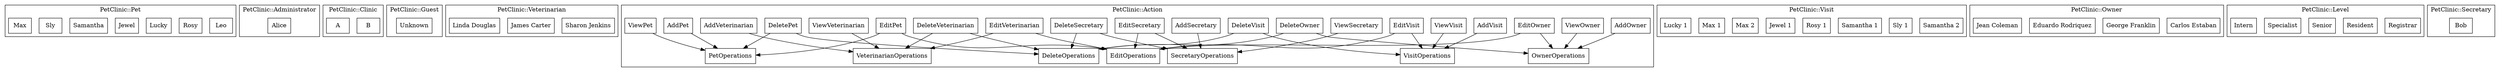
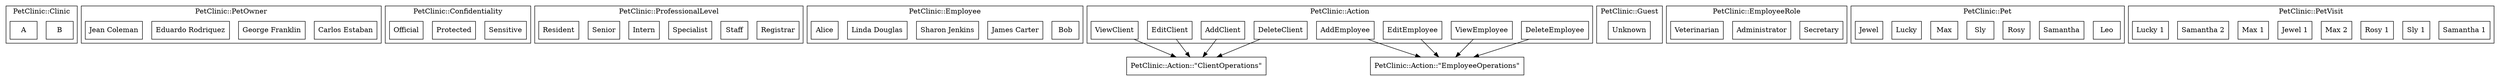
strict digraph {
	ordering="out"
	node[shape=box]
- 	subgraph "cluster_PetClinic::Pet" {
- 		label="PetClinic::Pet"
- 		"PetClinic::Pet::\"Leo\"" [label="Leo"]
- 		"PetClinic::Pet::\"Rosy\"" [label="Rosy"]
- 		"PetClinic::Pet::\"Lucky\"" [label="Lucky"]
- 		"PetClinic::Pet::\"Jewel\"" [label="Jewel"]
- 		"PetClinic::Pet::\"Samantha\"" [label="Samantha"]
- 		"PetClinic::Pet::\"Sly\"" [label="Sly"]
- 		"PetClinic::Pet::\"Max\"" [label="Max"]
- 	}
- 	subgraph "cluster_PetClinic::Administrator" {
- 		label="PetClinic::Administrator"
- 		"PetClinic::Administrator::\"Alice\"" [label="Alice"]
- 	}
	subgraph "cluster_PetClinic::Clinic" {
		label="PetClinic::Clinic"
		"PetClinic::Clinic::\"B\"" [label="B"]
		"PetClinic::Clinic::\"A\"" [label="A"]
	}
+ 	subgraph "cluster_PetClinic::PetOwner" {
+ 		label="PetClinic::PetOwner"
+ 		"PetClinic::PetOwner::\"Carlos Estaban\"" [label="Carlos Estaban"]
+ 		"PetClinic::PetOwner::\"George Franklin\"" [label="George Franklin"]
+ 		"PetClinic::PetOwner::\"Eduardo Rodriquez\"" [label="Eduardo Rodriquez"]
+ 		"PetClinic::PetOwner::\"Jean Coleman\"" [label="Jean Coleman"]
+ 	}
+ 	subgraph "cluster_PetClinic::Confidentiality" {
+ 		label="PetClinic::Confidentiality"
+ 		"PetClinic::Confidentiality::\"Sensitive\"" [label="Sensitive"]
+ 		"PetClinic::Confidentiality::\"Protected\"" [label="Protected"]
+ 		"PetClinic::Confidentiality::\"Official\"" [label="Official"]
+ 	}
+ 	subgraph "cluster_PetClinic::ProfessionalLevel" {
+ 		label="PetClinic::ProfessionalLevel"
+ 		"PetClinic::ProfessionalLevel::\"Registrar\"" [label="Registrar"]
+ 		"PetClinic::ProfessionalLevel::\"Staff\"" [label="Staff"]
+ 		"PetClinic::ProfessionalLevel::\"Specialist\"" [label="Specialist"]
+ 		"PetClinic::ProfessionalLevel::\"Intern\"" [label="Intern"]
+ 		"PetClinic::ProfessionalLevel::\"Senior\"" [label="Senior"]
+ 		"PetClinic::ProfessionalLevel::\"Resident\"" [label="Resident"]
+ 	}
+ 	subgraph "cluster_PetClinic::Employee" {
+ 		label="PetClinic::Employee"
+ 		"PetClinic::Employee::\"Bob\"" [label="Bob"]
+ 		"PetClinic::Employee::\"James Carter\"" [label="James Carter"]
+ 		"PetClinic::Employee::\"Sharon Jenkins\"" [label="Sharon Jenkins"]
+ 		"PetClinic::Employee::\"Linda Douglas\"" [label="Linda Douglas"]
+ 		"PetClinic::Employee::\"Alice\"" [label="Alice"]
+ 	}
+ 	subgraph "cluster_PetClinic::Action" {
+ 		label="PetClinic::Action"
+ 		"PetClinic::Action::\"DeleteClient\"" [label="DeleteClient"]
+ 		"PetClinic::Action::\"DeleteEmployee\"" [label="DeleteEmployee"]
+ 		"PetClinic::Action::\"ViewEmployee\"" [label="ViewEmployee"]
+ 		"PetClinic::Action::\"ViewClient\"" [label="ViewClient"]
+ 		"PetClinic::Action::\"EditEmployee\"" [label="EditEmployee"]
+ 		"PetClinic::Action::\"EditClient\"" [label="EditClient"]
+ 		"PetClinic::Action::\"AddEmployee\"" [label="AddEmployee"]
+ 		"PetClinic::Action::\"AddClient\"" [label="AddClient"]
+ 	}
	subgraph "cluster_PetClinic::Guest" {
		label="PetClinic::Guest"
		"PetClinic::Guest::\"Unknown\"" [label="Unknown"]
	}
- 	subgraph "cluster_PetClinic::Veterinarian" {
- 		label="PetClinic::Veterinarian"
- 		"PetClinic::Veterinarian::\"Sharon Jenkins\"" [label="Sharon Jenkins"]
- 		"PetClinic::Veterinarian::\"James Carter\"" [label="James Carter"]
- 		"PetClinic::Veterinarian::\"Linda Douglas\"" [label="Linda Douglas"]
+ 	subgraph "cluster_PetClinic::EmployeeRole" {
+ 		label="PetClinic::EmployeeRole"
+ 		"PetClinic::EmployeeRole::\"Secretary\"" [label="Secretary"]
+ 		"PetClinic::EmployeeRole::\"Administrator\"" [label="Administrator"]
+ 		"PetClinic::EmployeeRole::\"Veterinarian\"" [label="Veterinarian"]
	}
- 	subgraph "cluster_PetClinic::Action" {
- 		label="PetClinic::Action"
- 		"PetClinic::Action::\"ViewVeterinarian\"" [label="ViewVeterinarian"]
- 		"PetClinic::Action::\"DeleteVisit\"" [label="DeleteVisit"]
- 		"PetClinic::Action::\"EditOwner\"" [label="EditOwner"]
- 		"PetClinic::Action::\"DeletePet\"" [label="DeletePet"]
- 		"PetClinic::Action::\"AddOwner\"" [label="AddOwner"]
- 		"PetClinic::Action::\"EditPet\"" [label="EditPet"]
- 		"PetClinic::Action::\"OwnerOperations\"" [label="OwnerOperations"]
- 		"PetClinic::Action::\"ViewOwner\"" [label="ViewOwner"]
- 		"PetClinic::Action::\"AddPet\"" [label="AddPet"]
- 		"PetClinic::Action::\"ViewSecretary\"" [label="ViewSecretary"]
- 		"PetClinic::Action::\"DeleteSecretary\"" [label="DeleteSecretary"]
- 		"PetClinic::Action::\"AddVisit\"" [label="AddVisit"]
- 		"PetClinic::Action::\"EditOperations\"" [label="EditOperations"]
- 		"PetClinic::Action::\"VeterinarianOperations\"" [label="VeterinarianOperations"]
- 		"PetClinic::Action::\"EditVisit\"" [label="EditVisit"]
- 		"PetClinic::Action::\"EditVeterinarian\"" [label="EditVeterinarian"]
- 		"PetClinic::Action::\"PetOperations\"" [label="PetOperations"]
- 		"PetClinic::Action::\"ViewVisit\"" [label="ViewVisit"]
- 		"PetClinic::Action::\"AddVeterinarian\"" [label="AddVeterinarian"]
- 		"PetClinic::Action::\"EditSecretary\"" [label="EditSecretary"]
- 		"PetClinic::Action::\"DeleteOwner\"" [label="DeleteOwner"]
- 		"PetClinic::Action::\"AddSecretary\"" [label="AddSecretary"]
- 		"PetClinic::Action::\"VisitOperations\"" [label="VisitOperations"]
- 		"PetClinic::Action::\"DeleteVeterinarian\"" [label="DeleteVeterinarian"]
- 		"PetClinic::Action::\"SecretaryOperations\"" [label="SecretaryOperations"]
- 		"PetClinic::Action::\"DeleteOperations\"" [label="DeleteOperations"]
- 		"PetClinic::Action::\"ViewPet\"" [label="ViewPet"]
+ 	subgraph "cluster_PetClinic::Pet" {
+ 		label="PetClinic::Pet"
+ 		"PetClinic::Pet::\"Leo\"" [label="Leo"]
+ 		"PetClinic::Pet::\"Samantha\"" [label="Samantha"]
+ 		"PetClinic::Pet::\"Rosy\"" [label="Rosy"]
+ 		"PetClinic::Pet::\"Sly\"" [label="Sly"]
+ 		"PetClinic::Pet::\"Max\"" [label="Max"]
+ 		"PetClinic::Pet::\"Lucky\"" [label="Lucky"]
+ 		"PetClinic::Pet::\"Jewel\"" [label="Jewel"]
	}
- 	subgraph "cluster_PetClinic::Visit" {
- 		label="PetClinic::Visit"
- 		"PetClinic::Visit::\"Samantha 2\"" [label="Samantha 2"]
- 		"PetClinic::Visit::\"Sly 1\"" [label="Sly 1"]
- 		"PetClinic::Visit::\"Samantha 1\"" [label="Samantha 1"]
- 		"PetClinic::Visit::\"Rosy 1\"" [label="Rosy 1"]
- 		"PetClinic::Visit::\"Jewel 1\"" [label="Jewel 1"]
- 		"PetClinic::Visit::\"Max 2\"" [label="Max 2"]
- 		"PetClinic::Visit::\"Max 1\"" [label="Max 1"]
- 		"PetClinic::Visit::\"Lucky 1\"" [label="Lucky 1"]
+ 	subgraph "cluster_PetClinic::PetVisit" {
+ 		label="PetClinic::PetVisit"
+ 		"PetClinic::PetVisit::\"Samantha 1\"" [label="Samantha 1"]
+ 		"PetClinic::PetVisit::\"Sly 1\"" [label="Sly 1"]
+ 		"PetClinic::PetVisit::\"Rosy 1\"" [label="Rosy 1"]
+ 		"PetClinic::PetVisit::\"Max 2\"" [label="Max 2"]
+ 		"PetClinic::PetVisit::\"Jewel 1\"" [label="Jewel 1"]
+ 		"PetClinic::PetVisit::\"Max 1\"" [label="Max 1"]
+ 		"PetClinic::PetVisit::\"Samantha 2\"" [label="Samantha 2"]
+ 		"PetClinic::PetVisit::\"Lucky 1\"" [label="Lucky 1"]
	}
- 	subgraph "cluster_PetClinic::Owner" {
- 		label="PetClinic::Owner"
- 		"PetClinic::Owner::\"Carlos Estaban\"" [label="Carlos Estaban"]
- 		"PetClinic::Owner::\"George Franklin\"" [label="George Franklin"]
- 		"PetClinic::Owner::\"Eduardo Rodriquez\"" [label="Eduardo Rodriquez"]
- 		"PetClinic::Owner::\"Jean Coleman\"" [label="Jean Coleman"]
- 	}
- 	subgraph "cluster_PetClinic::Level" {
- 		label="PetClinic::Level"
- 		"PetClinic::Level::\"Registrar\"" [label="Registrar"]
- 		"PetClinic::Level::\"Resident\"" [label="Resident"]
- 		"PetClinic::Level::\"Senior\"" [label="Senior"]
- 		"PetClinic::Level::\"Specialist\"" [label="Specialist"]
- 		"PetClinic::Level::\"Intern\"" [label="Intern"]
- 	}
- 	subgraph "cluster_PetClinic::Secretary" {
- 		label="PetClinic::Secretary"
- 		"PetClinic::Secretary::\"Bob\"" [label="Bob"]
- 	}
- 	"PetClinic::Action::\"ViewVeterinarian\"" -> "PetClinic::Action::\"VeterinarianOperations\""
- 	"PetClinic::Action::\"DeleteVisit\"" -> "PetClinic::Action::\"VisitOperations\""
- 	"PetClinic::Action::\"DeleteVisit\"" -> "PetClinic::Action::\"DeleteOperations\""
- 	"PetClinic::Action::\"EditOwner\"" -> "PetClinic::Action::\"EditOperations\""
- 	"PetClinic::Action::\"EditOwner\"" -> "PetClinic::Action::\"OwnerOperations\""
- 	"PetClinic::Action::\"DeletePet\"" -> "PetClinic::Action::\"PetOperations\""
- 	"PetClinic::Action::\"DeletePet\"" -> "PetClinic::Action::\"DeleteOperations\""
- 	"PetClinic::Action::\"AddOwner\"" -> "PetClinic::Action::\"OwnerOperations\""
- 	"PetClinic::Action::\"EditPet\"" -> "PetClinic::Action::\"PetOperations\""
- 	"PetClinic::Action::\"EditPet\"" -> "PetClinic::Action::\"EditOperations\""
- 	"PetClinic::Action::\"ViewOwner\"" -> "PetClinic::Action::\"OwnerOperations\""
- 	"PetClinic::Action::\"AddPet\"" -> "PetClinic::Action::\"PetOperations\""
- 	"PetClinic::Action::\"ViewSecretary\"" -> "PetClinic::Action::\"SecretaryOperations\""
- 	"PetClinic::Action::\"DeleteSecretary\"" -> "PetClinic::Action::\"SecretaryOperations\""
- 	"PetClinic::Action::\"DeleteSecretary\"" -> "PetClinic::Action::\"DeleteOperations\""
- 	"PetClinic::Action::\"AddVisit\"" -> "PetClinic::Action::\"VisitOperations\""
- 	"PetClinic::Action::\"EditVisit\"" -> "PetClinic::Action::\"EditOperations\""
- 	"PetClinic::Action::\"EditVisit\"" -> "PetClinic::Action::\"VisitOperations\""
- 	"PetClinic::Action::\"EditVeterinarian\"" -> "PetClinic::Action::\"VeterinarianOperations\""
- 	"PetClinic::Action::\"EditVeterinarian\"" -> "PetClinic::Action::\"EditOperations\""
- 	"PetClinic::Action::\"ViewVisit\"" -> "PetClinic::Action::\"VisitOperations\""
- 	"PetClinic::Action::\"AddVeterinarian\"" -> "PetClinic::Action::\"VeterinarianOperations\""
- 	"PetClinic::Action::\"EditSecretary\"" -> "PetClinic::Action::\"EditOperations\""
- 	"PetClinic::Action::\"EditSecretary\"" -> "PetClinic::Action::\"SecretaryOperations\""
- 	"PetClinic::Action::\"DeleteOwner\"" -> "PetClinic::Action::\"OwnerOperations\""
- 	"PetClinic::Action::\"DeleteOwner\"" -> "PetClinic::Action::\"DeleteOperations\""
- 	"PetClinic::Action::\"AddSecretary\"" -> "PetClinic::Action::\"SecretaryOperations\""
- 	"PetClinic::Action::\"DeleteVeterinarian\"" -> "PetClinic::Action::\"DeleteOperations\""
- 	"PetClinic::Action::\"DeleteVeterinarian\"" -> "PetClinic::Action::\"VeterinarianOperations\""
- 	"PetClinic::Action::\"ViewPet\"" -> "PetClinic::Action::\"PetOperations\""
+ 	"PetClinic::Action::\"DeleteClient\"" -> "PetClinic::Action::\"ClientOperations\""
+ 	"PetClinic::Action::\"DeleteEmployee\"" -> "PetClinic::Action::\"EmployeeOperations\""
+ 	"PetClinic::Action::\"ViewEmployee\"" -> "PetClinic::Action::\"EmployeeOperations\""
+ 	"PetClinic::Action::\"ViewClient\"" -> "PetClinic::Action::\"ClientOperations\""
+ 	"PetClinic::Action::\"EditEmployee\"" -> "PetClinic::Action::\"EmployeeOperations\""
+ 	"PetClinic::Action::\"EditClient\"" -> "PetClinic::Action::\"ClientOperations\""
+ 	"PetClinic::Action::\"AddEmployee\"" -> "PetClinic::Action::\"EmployeeOperations\""
+ 	"PetClinic::Action::\"AddClient\"" -> "PetClinic::Action::\"ClientOperations\""
}

